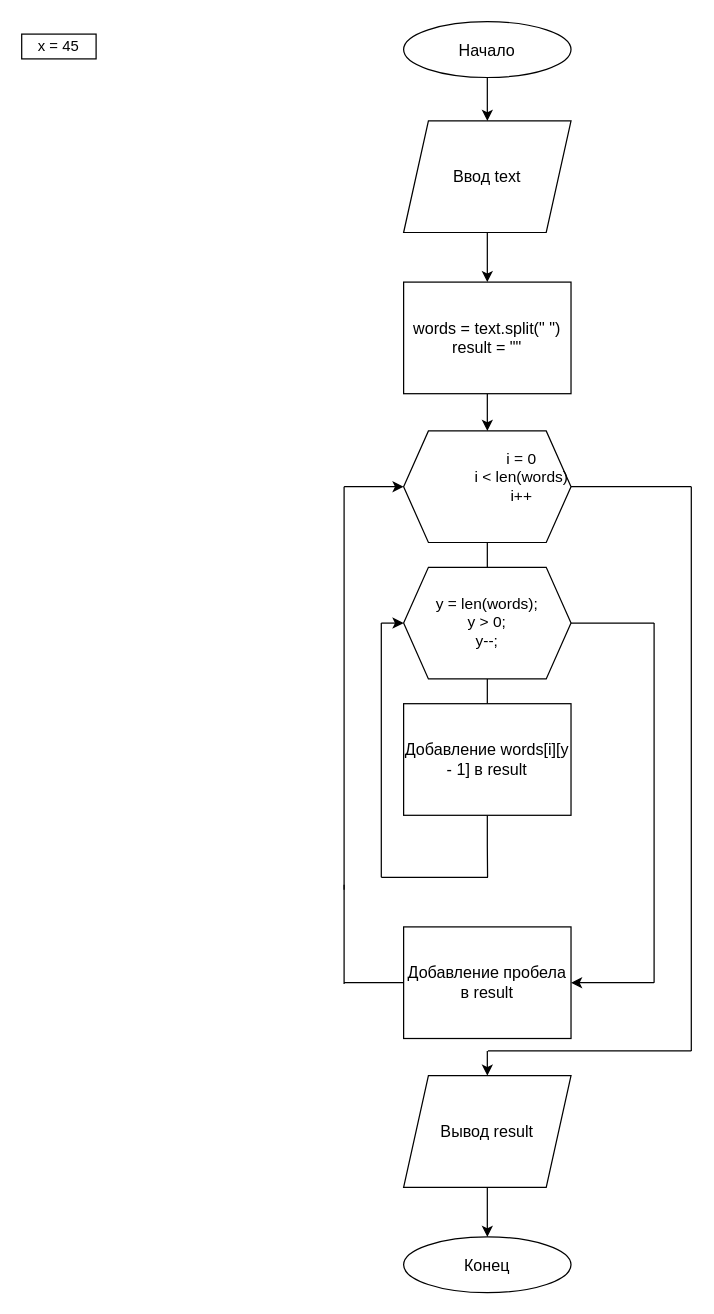
Earlier version of the draw.io diagram task_1/task_1_diagram.drawio (BinaryModder/Python_strings). Source tidied: cells renumbered, new cells numbered last; positions are measured from the earlier drawing's top-left corner, leaving out a move shared by most shapes. Both pictures are drawn from the tidied source at 124%, with x=0, y=0 at pixel (21, 21).
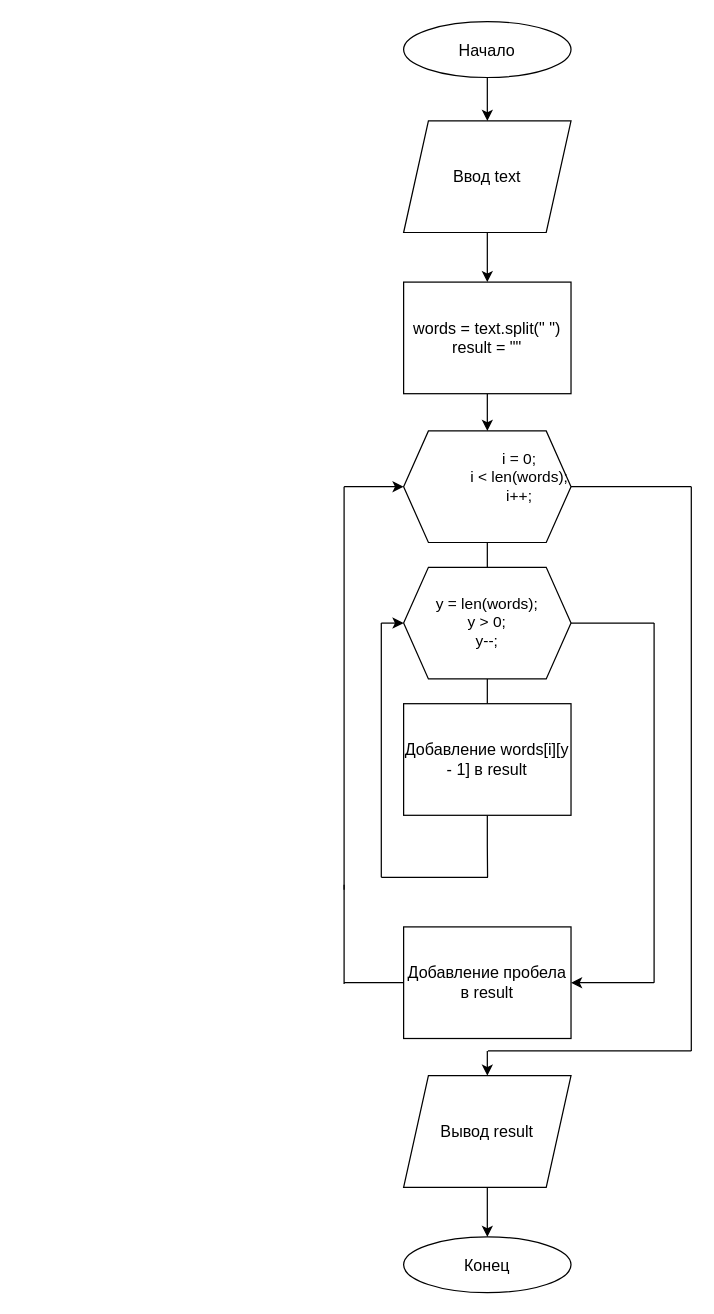
After the change.

Change to the diagram source:
```diff
@@
-    <mxCell id="9" value="x = 45" style="rounded=0;whiteSpace=wrap;html=1;" parent="1" vertex="1">
-      <mxGeometry y="10" width="60" height="20" as="geometry" />
-    </mxCell>
@@
-    <mxCell id="11" value="&lt;div style=&quot;text-align: center;&quot;&gt;i = 0&lt;br&gt;i &amp;lt; len(words)&lt;br&gt;i++&lt;/div&gt;&lt;div style=&quot;text-decoration-line: inherit; text-align: center;&quot;&gt;&lt;br&gt;&lt;/div&gt;" style="shape=hexagon;perimeter=hexagonPerimeter2;whiteSpace=wrap;html=1;shapeInside=1;fixedSize=1;fontSize=12.5;align=right;" parent="1" vertex="1">
+    <mxCell id="11" value="&lt;div style=&quot;text-align: center;&quot;&gt;i = 0;&lt;br&gt;i &amp;lt; len(words);&lt;br&gt;i++;&lt;/div&gt;&lt;div style=&quot;text-decoration-line: inherit; text-align: center;&quot;&gt;&lt;br&gt;&lt;/div&gt;" style="shape=hexagon;perimeter=hexagonPerimeter2;whiteSpace=wrap;html=1;shapeInside=1;fixedSize=1;fontSize=12.5;align=right;" parent="1" vertex="1">
       <mxGeometry x="308" y="330" width="135" height="90" as="geometry" />
     </mxCell>
```
